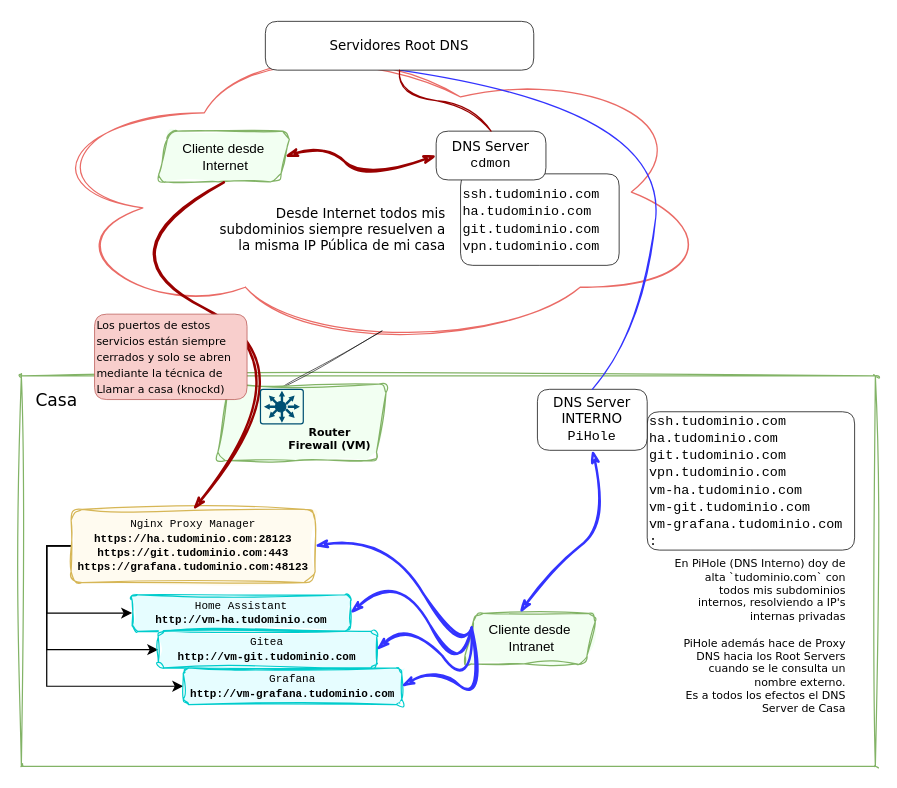
Before: docs/assets/img/posts/2023-04-15-networking-avanzado-11.drawio in LuisPalacios/LuisPalacios.github.io, a draw.io diagram. Source tidied: cells renumbered, new cells numbered last; positions are measured from the earlier drawing's top-left corner, leaving out a move shared by most shapes. Both pictures are drawn from the tidied source at 122%, with x=0, y=0 at pixel (21, 21).
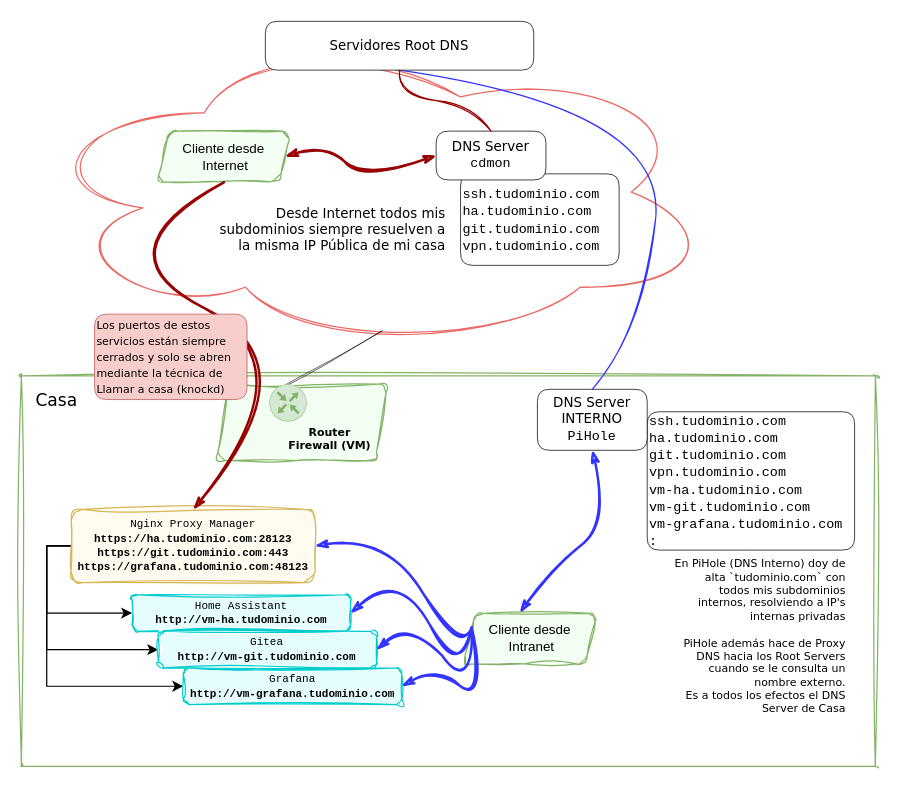
The same page after the edit.

Change to the diagram source:
```diff
@@
-    <mxCell id="33" style="group;" parent="1" vertex="1">
-      <mxGeometry x="196" y="301.6" width="35.1" height="28.4" as="geometry" />
-    </mxCell>
-    <mxCell id="34" style="rounded=1;whiteSpace=wrap;html=1;fillColor=none;arcSize=7;strokeColor=#005073;" parent="33" vertex="1">
-      <mxGeometry width="35.1" height="28.4" as="geometry" />
-    </mxCell>
-    <mxCell id="35" style="group;" parent="33" vertex="1">
-      <mxGeometry x="3.9" y="3" width="27.4" height="22.5" as="geometry" />
-    </mxCell>
-    <mxCell id="36" style="shape=singleArrow;whiteSpace=wrap;html=1;fillColor=#005073;arrowWidth=0.28266202079286507;arrowSize=0.38084889353643797;strokeColor=#005073;rotation=-45;" parent="35" vertex="1">
-      <mxGeometry x="16.2" y="4.1" width="8.4" height="3.4" as="geometry" />
-    </mxCell>
-    <mxCell id="37" style="ellipse;whiteSpace=wrap;html=1;fillColor=#005073;strokeColor=#005073;" parent="35" vertex="1">
-      <mxGeometry x="8.4" y="7" width="8.5" height="8.5" as="geometry" />
-    </mxCell>
-    <mxCell id="38" style="shape=singleArrow;whiteSpace=wrap;html=1;fillColor=#005073;arrowWidth=0.28266202079286507;arrowSize=0.38084889353643797;strokeColor=#005073;rotation=0;" parent="35" vertex="1">
-      <mxGeometry x="19" y="9.6" width="8.4" height="3.4" as="geometry" />
-    </mxCell>
-    <mxCell id="39" style="shape=singleArrow;whiteSpace=wrap;html=1;fillColor=#005073;arrowWidth=0.28266202079286507;arrowSize=0.38084889353643797;strokeColor=#005073;rotation=45;" parent="35" vertex="1">
-      <mxGeometry x="16.2" y="15" width="8.4" height="3.4" as="geometry" />
-    </mxCell>
-    <mxCell id="40" style="shape=singleArrow;whiteSpace=wrap;html=1;fillColor=#005073;arrowWidth=0.28266202079286507;arrowSize=0.38084889353643797;strokeColor=#005073;rotation=-135;" parent="35" vertex="1">
-      <mxGeometry x="2.5" y="4.1" width="8.4" height="3.4" as="geometry" />
-    </mxCell>
-    <mxCell id="41" style="shape=singleArrow;whiteSpace=wrap;html=1;fillColor=#005073;arrowWidth=0.28266202079286507;arrowSize=0.38084889353643797;strokeColor=#005073;rotation=-180;" parent="35" vertex="1">
-      <mxGeometry y="9.6" width="8.4" height="3.4" as="geometry" />
-    </mxCell>
-    <mxCell id="42" style="shape=singleArrow;whiteSpace=wrap;html=1;fillColor=#005073;arrowWidth=0.28266202079286507;arrowSize=0.38084889353643797;strokeColor=#005073;rotation=-225;flipH=0;flipV=0;" parent="35" vertex="1">
-      <mxGeometry x="2.5" y="15" width="8.4" height="3.4" as="geometry" />
-    </mxCell>
-    <mxCell id="43" style="shape=singleArrow;whiteSpace=wrap;html=1;fillColor=#005073;arrowWidth=0.28266202079286507;arrowSize=0.38084889353643797;strokeColor=#005073;rotation=-90;" parent="35" vertex="1">
-      <mxGeometry x="9.5" y="1.7" width="8.4" height="3.4" as="geometry" />
-    </mxCell>
-    <mxCell id="44" style="shape=singleArrow;whiteSpace=wrap;html=1;fillColor=#005073;arrowWidth=0.28266202079286507;arrowSize=0.38084889353643797;strokeColor=#005073;rotation=90;" parent="35" vertex="1">
-      <mxGeometry x="9.5" y="17.4" width="8.4" height="3.4" as="geometry" />
-    </mxCell>
+    <mxCell id="45" style="verticalLabelPosition=middle;html=1;verticalAlign=middle;align=right;shape=mxgraph.cisco19.rect;prIcon=router;fillColor=#d5e8d4;strokeColor=#82b366;fontSize=15;fontFamily=Verdana;spacing=5;labelPosition=left;" parent="1" vertex="1">
+      <mxGeometry x="203.3" y="297.4" width="30.6" height="30.6" as="geometry" />
+    </mxCell>
```
